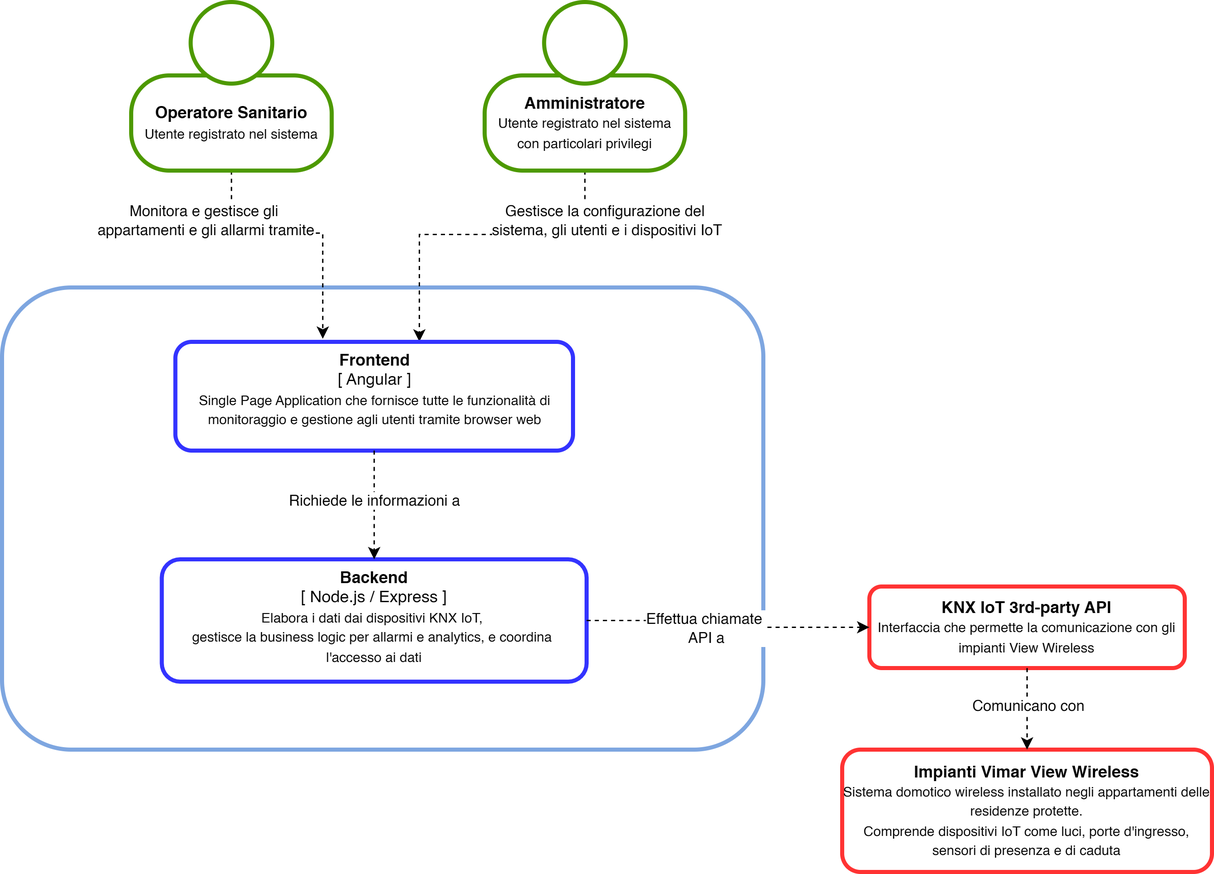
The draw.io diagram SAL/PoC_2026_01_28/container.drawio.png in SnakeByteTeam/snakebyteteam.github.io, before a commit. Source tidied: cells renumbered, new cells last; positions are measured from the earlier drawing's top-left corner, leaving out a move shared by most shapes.
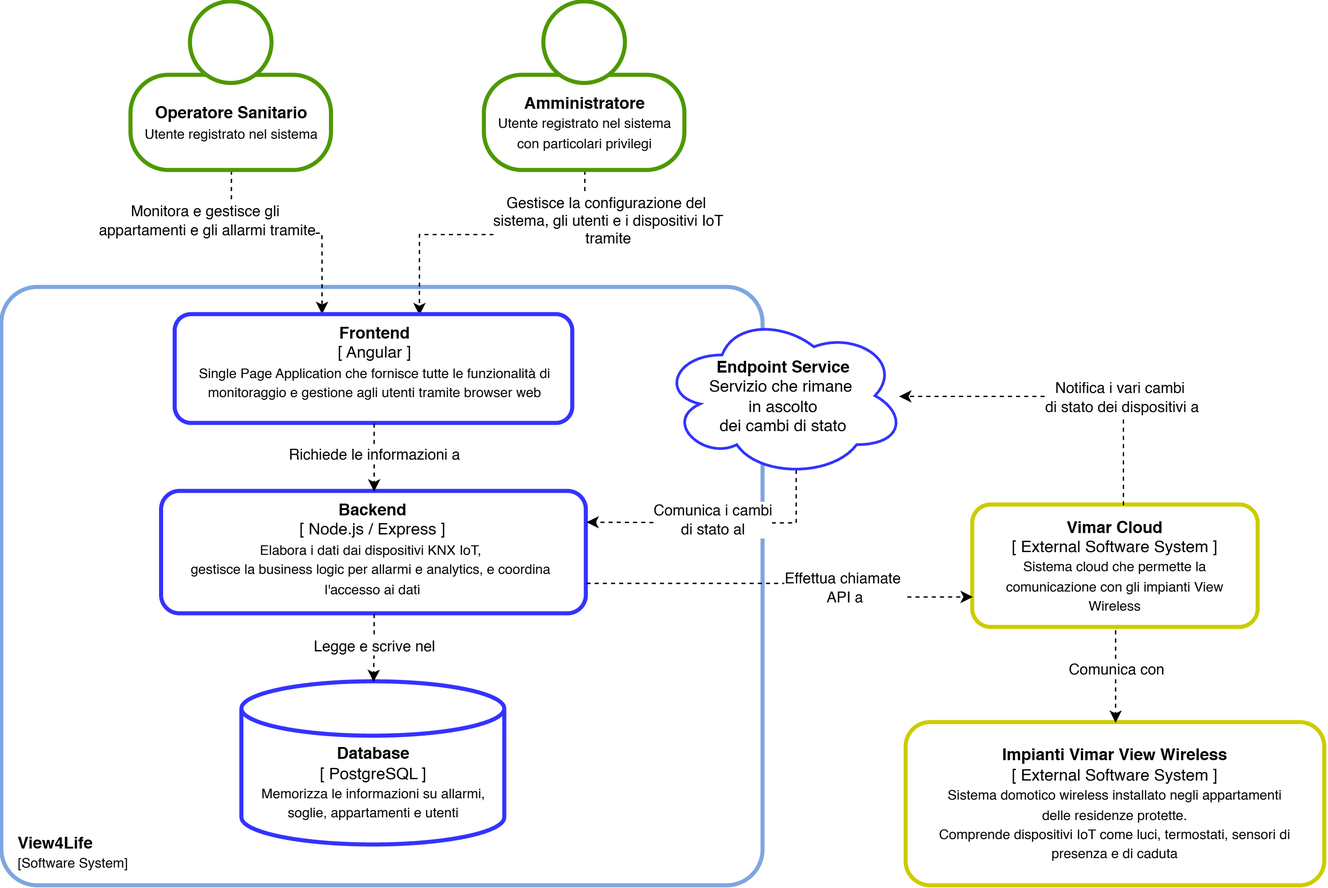
Above is the later version.

What changed in the source:
```diff
@@ -2,78 +2,122 @@
   <root>
     <mxCell id="0" />
     <mxCell id="1" parent="0" />
-    <mxCell id="2" value="Impianti Vimar View Wireless&lt;div&gt;&lt;div&gt;&lt;span style=&quot;font-size: 10px; font-weight: 400;&quot;&gt;Sistema domotico wireless installato negli appartamenti delle residenze protette.&lt;/span&gt;&lt;/div&gt;&lt;div&gt;&lt;span style=&quot;background-color: transparent; color: light-dark(rgb(0, 0, 0), rgb(255, 255, 255)); font-size: 10px; font-weight: 400;&quot;&gt;C&lt;/span&gt;&lt;span style=&quot;background-color: transparent; color: light-dark(rgb(0, 0, 0), rgb(255, 255, 255)); font-size: 10px; font-weight: 400;&quot;&gt;omprende dispositivi IoT come luci, porte d'ingresso, sensori di presenza e di caduta&lt;br&gt;&lt;/span&gt;&lt;/div&gt;&lt;/div&gt;" style="rounded=1;whiteSpace=wrap;html=1;fontStyle=1;strokeColor=#FF3333;strokeWidth=3;" parent="1" vertex="1">
-      <mxGeometry x="618" y="550" width="272" height="90" as="geometry" />
+    <mxCell id="2" style="rounded=1;whiteSpace=wrap;html=1;fontStyle=1;strokeColor=#7EA6E0;strokeWidth=3;arcSize=6;" parent="1" vertex="1">
+      <mxGeometry y="210" width="560" height="440" as="geometry" />
     </mxCell>
-    <mxCell id="3" style="rounded=1;whiteSpace=wrap;html=1;fontStyle=1;strokeColor=#7EA6E0;strokeWidth=3;" parent="1" vertex="1">
-      <mxGeometry y="210" width="560" height="340" as="geometry" />
+    <mxCell id="3" style="edgeStyle=orthogonalEdgeStyle;rounded=0;jettySize=auto;html=1;entryX=0.369;entryY=-0.006;entryDx=0;entryDy=0;dashed=1;entryPerimeter=0;exitX=0.5;exitY=1;exitDx=0;exitDy=0;" parent="1" edge="1" source="10" target="5">
+      <mxGeometry relative="1" as="geometry">
+        <Array as="points">
+          <mxPoint x="169" y="170" />
+          <mxPoint x="235" y="170" />
+        </Array>
+      </mxGeometry>
     </mxCell>
-    <mxCell id="4" value="KNX IoT 3rd-party API&lt;br&gt;&lt;font style=&quot;font-size: 10px; font-weight: normal;&quot;&gt;Interfaccia che permette la comunicazione con gli impianti View Wireless&lt;/font&gt;" style="rounded=1;whiteSpace=wrap;html=1;fontStyle=1;strokeColor=#FF3333;strokeWidth=3;" parent="1" vertex="1">
-      <mxGeometry x="638" y="430" width="232" height="60" as="geometry" />
+    <mxCell id="4" style="edgeStyle=orthogonalEdgeStyle;rounded=0;jettySize=auto;html=1;dashed=1;exitX=0.5;exitY=1;exitDx=0;exitDy=0;entryX=0.614;entryY=0.004;entryDx=0;entryDy=0;entryPerimeter=0;" parent="1" edge="1" source="12" target="5">
+      <mxGeometry relative="1" as="geometry">
+        <Array as="points">
+          <mxPoint x="429" y="171" />
+          <mxPoint x="307" y="171" />
+        </Array>
+      </mxGeometry>
     </mxCell>
-    <mxCell id="5" style="edgeStyle=orthogonalEdgeStyle;rounded=0;jettySize=auto;html=1;entryX=0.332;entryY=-0.014;entryDx=0;entryDy=0;dashed=1;entryPerimeter=0;exitX=0.5;exitY=1;exitDx=0;exitDy=0;" parent="1" edge="1" source="16">
-      <mxGeometry relative="1" as="geometry">
-        <mxPoint x="235.9" y="247.8" as="targetPoint" />
-        <Array as="points">
-          <mxPoint x="169" y="170" />
-          <mxPoint x="236" y="170" />
-        </Array>
-      </mxGeometry>
+    <mxCell id="5" value="&lt;b&gt;Frontend&lt;/b&gt;&lt;div&gt;[ Angular ]&lt;/div&gt;&lt;div&gt;&lt;div&gt;&lt;span style=&quot;font-size: 10px;&quot;&gt;Single Page Application che fornisce tutte le funzionalità&amp;nbsp;&lt;/span&gt;&lt;span style=&quot;font-size: 10px; background-color: transparent; color: light-dark(rgb(0, 0, 0), rgb(255, 255, 255));&quot;&gt;di monitoraggio e gestione agli utenti tramite browser web&lt;/span&gt;&lt;/div&gt;&lt;/div&gt;" style="rounded=1;whiteSpace=wrap;html=1;strokeColor=#3333FF;strokeWidth=3;verticalAlign=top;" parent="1" vertex="1">
+      <mxGeometry x="127.5" y="230" width="292.5" height="80" as="geometry" />
     </mxCell>
-    <mxCell id="6" style="edgeStyle=orthogonalEdgeStyle;rounded=0;jettySize=auto;html=1;entryX=0.5;entryY=0;entryDx=0;entryDy=0;dashed=1;" parent="1" edge="1" source="4">
-      <mxGeometry relative="1" as="geometry">
-        <mxPoint x="754" y="550" as="targetPoint" />
-      </mxGeometry>
+    <mxCell id="6" value="&lt;b&gt;Backend&lt;/b&gt;&lt;div&gt;[ Node.js / Express ]&lt;/div&gt;&lt;div&gt;&lt;div&gt;&lt;span style=&quot;font-size: 10px;&quot;&gt;Elabora i dati dai dispositivi KNX IoT,&amp;nbsp;&lt;/span&gt;&lt;/div&gt;&lt;div&gt;&lt;span style=&quot;font-size: 10px;&quot;&gt;gestisce la business logic per allarmi e analytics, e coordina&amp;nbsp;&lt;/span&gt;&lt;/div&gt;&lt;div&gt;&lt;span style=&quot;font-size: 10px;&quot;&gt;l'accesso ai dati&lt;/span&gt;&lt;/div&gt;&lt;/div&gt;" style="rounded=1;whiteSpace=wrap;html=1;strokeColor=#3333FF;strokeWidth=3;verticalAlign=top;" parent="1" vertex="1">
+      <mxGeometry x="117.5" y="360" width="312.5" height="90" as="geometry" />
     </mxCell>
-    <mxCell id="7" value="Comunicano con" style="edgeLabel;html=1;align=center;verticalAlign=middle;" parent="6" vertex="1">
-      <mxGeometry x="-0.11" relative="1" as="geometry" />
+    <mxCell id="7" style="edgeStyle=orthogonalEdgeStyle;rounded=0;jettySize=auto;html=1;dashed=1;" parent="1" edge="1" source="5" target="6">
+      <mxGeometry relative="1" as="geometry" />
     </mxCell>
-    <mxCell id="8" style="edgeStyle=orthogonalEdgeStyle;rounded=0;jettySize=auto;html=1;dashed=1;entryX=0.628;entryY=-0.001;entryDx=0;entryDy=0;entryPerimeter=0;exitX=0.5;exitY=1;exitDx=0;exitDy=0;" parent="1" edge="1" source="18">
-      <mxGeometry relative="1" as="geometry">
-        <mxPoint x="307" y="249.8" as="targetPoint" />
-        <Array as="points">
-          <mxPoint x="429" y="171" />
-          <mxPoint x="307" y="171" />
-        </Array>
-      </mxGeometry>
+    <mxCell id="8" value="Richiede le informazioni a" style="edgeLabel;html=1;align=center;verticalAlign=middle;" parent="7" vertex="1">
+      <mxGeometry x="-0.1" relative="1" as="geometry" />
     </mxCell>
-    <mxCell id="9" value="&lt;b&gt;Frontend&lt;/b&gt;&lt;div&gt;[ Angular ]&lt;/div&gt;&lt;div&gt;&lt;div&gt;&lt;span style=&quot;font-size: 10px;&quot;&gt;Single Page Application che fornisce tutte le funzionalità&amp;nbsp;&lt;/span&gt;&lt;span style=&quot;font-size: 10px; background-color: transparent; color: light-dark(rgb(0, 0, 0), rgb(255, 255, 255));&quot;&gt;di monitoraggio e gestione agli utenti tramite browser web&lt;/span&gt;&lt;/div&gt;&lt;/div&gt;" style="rounded=1;whiteSpace=wrap;html=1;strokeColor=#3333FF;strokeWidth=3;verticalAlign=top;" parent="1" vertex="1">
-      <mxGeometry x="127.5" y="250" width="292.5" height="80" as="geometry" />
+    <mxCell id="9" value="Monitora e gestisce&amp;nbsp;&lt;span style=&quot;background-color: light-dark(#ffffff, var(--ge-dark-color, #121212)); color: light-dark(rgb(0, 0, 0), rgb(255, 255, 255));&quot;&gt;gli&amp;nbsp;&lt;/span&gt;&lt;div&gt;&lt;span style=&quot;background-color: light-dark(#ffffff, var(--ge-dark-color, #121212)); color: light-dark(rgb(0, 0, 0), rgb(255, 255, 255));&quot;&gt;appartamenti e gli allarmi tramite&lt;/span&gt;&lt;/div&gt;" style="edgeLabel;html=1;align=center;verticalAlign=middle;points=[];" parent="1" vertex="1">
+      <mxGeometry x="150" y="160" as="geometry" />
     </mxCell>
-    <mxCell id="10" value="&lt;b&gt;Backend&lt;/b&gt;&lt;div&gt;[ Node.js / Express ]&lt;/div&gt;&lt;div&gt;&lt;div&gt;&lt;span style=&quot;font-size: 10px;&quot;&gt;Elabora i dati dai dispositivi KNX IoT,&amp;nbsp;&lt;/span&gt;&lt;/div&gt;&lt;div&gt;&lt;span style=&quot;font-size: 10px;&quot;&gt;gestisce la business logic per allarmi e analytics, e coordina&amp;nbsp;&lt;/span&gt;&lt;/div&gt;&lt;div&gt;&lt;span style=&quot;font-size: 10px;&quot;&gt;l'accesso ai dati&lt;/span&gt;&lt;/div&gt;&lt;/div&gt;" style="rounded=1;whiteSpace=wrap;html=1;strokeColor=#3333FF;strokeWidth=3;verticalAlign=top;" parent="1" vertex="1">
-      <mxGeometry x="117.5" y="410" width="312.5" height="90" as="geometry" />
+    <mxCell id="10" value="&lt;b&gt;Operatore Sanitario&lt;/b&gt;&lt;div&gt;&lt;font style=&quot;font-size: 10px;&quot;&gt;Utente registrato nel sistema&lt;/font&gt;&lt;/div&gt;" style="rounded=1;whiteSpace=wrap;html=1;arcSize=40;strokeWidth=3;strokeColor=#4D9900;" parent="1" vertex="1">
+      <mxGeometry x="95" y="54" width="147.5" height="70" as="geometry" />
     </mxCell>
-    <mxCell id="11" style="edgeStyle=orthogonalEdgeStyle;rounded=0;jettySize=auto;html=1;dashed=1;" parent="1" edge="1" source="9" target="10">
-      <mxGeometry relative="1" as="geometry" />
+    <mxCell id="11" style="ellipse;whiteSpace=wrap;html=1;strokeColor=#4D9900;strokeWidth=3;" parent="1" vertex="1">
+      <mxGeometry x="138.8" width="60" height="60" as="geometry" />
     </mxCell>
-    <mxCell id="12" value="Richiede le informazioni a" style="edgeLabel;html=1;align=center;verticalAlign=middle;points=[];" parent="11" vertex="1">
-      <mxGeometry x="-0.1" relative="1" as="geometry" />
+    <mxCell id="12" value="&lt;b&gt;Amministratore&lt;/b&gt;&lt;div&gt;&lt;font style=&quot;font-size: 10px;&quot;&gt;Utente registrato nel sistema&lt;/font&gt;&lt;/div&gt;&lt;div&gt;&lt;font style=&quot;font-size: 10px;&quot;&gt;con particolari privilegi&lt;/font&gt;&lt;/div&gt;" style="rounded=1;whiteSpace=wrap;html=1;arcSize=40;strokeWidth=3;strokeColor=#4D9900;" parent="1" vertex="1">
+      <mxGeometry x="355" y="54" width="147.5" height="70" as="geometry" />
     </mxCell>
-    <mxCell id="13" style="edgeStyle=orthogonalEdgeStyle;rounded=0;jettySize=auto;html=1;exitX=1;exitY=0.5;exitDx=0;exitDy=0;entryX=0;entryY=0.5;entryDx=0;entryDy=0;dashed=1;" parent="1" edge="1" source="10" target="4">
-      <mxGeometry relative="1" as="geometry" />
+    <mxCell id="13" style="ellipse;whiteSpace=wrap;html=1;strokeColor=#4D9900;strokeWidth=3;" parent="1" vertex="1">
+      <mxGeometry x="398.8" width="60" height="60" as="geometry" />
     </mxCell>
-    <mxCell id="14" value="&lt;div&gt;Effettua chiamate&amp;nbsp;&lt;/div&gt;&lt;div&gt;API a&lt;/div&gt;" style="edgeLabel;html=1;align=center;verticalAlign=middle;" parent="13" vertex="1">
-      <mxGeometry x="0.04" y="1" relative="1" as="geometry">
-        <mxPoint x="-19" y="1" as="offset" />
-      </mxGeometry>
+    <mxCell id="14" value="Gestisce la configurazione del&amp;nbsp;&lt;div&gt;sistema, gli utenti e i dispositivi IoT&lt;/div&gt;&lt;div&gt;tramite&lt;/div&gt;" style="edgeLabel;html=1;align=center;verticalAlign=middle;" parent="1" vertex="1">
+      <mxGeometry x="445" y="160" as="geometry" />
     </mxCell>
-    <mxCell id="15" value="Monitora e gestisce&amp;nbsp;&lt;span style=&quot;background-color: light-dark(#ffffff, var(--ge-dark-color, #121212)); color: light-dark(rgb(0, 0, 0), rgb(255, 255, 255));&quot;&gt;gli&amp;nbsp;&lt;/span&gt;&lt;div&gt;&lt;span style=&quot;background-color: light-dark(#ffffff, var(--ge-dark-color, #121212)); color: light-dark(rgb(0, 0, 0), rgb(255, 255, 255));&quot;&gt;appartamenti e gli allarmi tramite&lt;/span&gt;&lt;/div&gt;" style="edgeLabel;html=1;align=center;verticalAlign=middle;points=[];" parent="1" vertex="1">
-      <mxGeometry x="150" y="160" as="geometry" />
+    <mxCell id="15" value="Impianti Vimar View Wireless&lt;br&gt;&lt;span style=&quot;font-weight: 400;&quot;&gt;&lt;font&gt;[ External Software System ]&lt;/font&gt;&lt;/span&gt;&lt;br&gt;&lt;div&gt;&lt;div&gt;&lt;span style=&quot;font-size: 10px; font-weight: 400;&quot;&gt;Sistema domotico wireless installato negli appartamenti delle residenze protette.&lt;/span&gt;&lt;/div&gt;&lt;div&gt;&lt;span style=&quot;background-color: transparent; color: light-dark(rgb(0, 0, 0), rgb(255, 255, 255)); font-size: 10px; font-weight: 400;&quot;&gt;C&lt;/span&gt;&lt;span style=&quot;background-color: transparent; color: light-dark(rgb(0, 0, 0), rgb(255, 255, 255)); font-size: 10px; font-weight: 400;&quot;&gt;omprende dispositivi IoT come luci, termostati, sensori di presenza e di caduta&lt;br&gt;&lt;/span&gt;&lt;/div&gt;&lt;/div&gt;" style="rounded=1;whiteSpace=wrap;html=1;fontStyle=1;strokeColor=#CCCC00;strokeWidth=3;spacing=22;" parent="1" vertex="1">
+      <mxGeometry x="665.2" y="530" width="308" height="120" as="geometry" />
     </mxCell>
-    <mxCell id="16" value="&lt;b&gt;Operatore Sanitario&lt;/b&gt;&lt;div&gt;&lt;font style=&quot;font-size: 10px;&quot;&gt;Utente registrato nel sistema&lt;/font&gt;&lt;/div&gt;" style="rounded=1;whiteSpace=wrap;html=1;arcSize=40;strokeWidth=3;strokeColor=#4D9900;" parent="1" vertex="1">
-      <mxGeometry x="95" y="54" width="147.5" height="70" as="geometry" />
+    <mxCell id="16" style="edgeStyle=orthogonalEdgeStyle;rounded=0;jettySize=auto;html=1;entryX=0.5;entryY=0;entryDx=0;entryDy=0;dashed=1;" parent="1" edge="1" target="15">
+      <mxGeometry relative="1" as="geometry">
+        <mxPoint x="819.2" y="450" as="sourcePoint" />
+      </mxGeometry>
     </mxCell>
-    <mxCell id="17" style="ellipse;whiteSpace=wrap;html=1;strokeColor=#4D9900;strokeWidth=3;" parent="1" vertex="1">
-      <mxGeometry x="138.8" width="60" height="60" as="geometry" />
+    <mxCell id="17" value="Comunica con" style="edgeLabel;html=1;align=center;verticalAlign=middle;" parent="16" vertex="1">
+      <mxGeometry x="-0.11" relative="1" as="geometry">
+        <mxPoint y="4" as="offset" />
+      </mxGeometry>
     </mxCell>
-    <mxCell id="18" value="&lt;b&gt;Amministratore&lt;/b&gt;&lt;div&gt;&lt;font style=&quot;font-size: 10px;&quot;&gt;Utente registrato nel sistema&lt;/font&gt;&lt;/div&gt;&lt;div&gt;&lt;font style=&quot;font-size: 10px;&quot;&gt;con particolari privilegi&lt;/font&gt;&lt;/div&gt;" style="rounded=1;whiteSpace=wrap;html=1;arcSize=40;strokeWidth=3;strokeColor=#4D9900;" parent="1" vertex="1">
-      <mxGeometry x="355" y="54" width="147.5" height="70" as="geometry" />
+    <mxCell id="18" value="&lt;b&gt;&lt;font style=&quot;font-size: 12px;&quot;&gt;View4Life&lt;/font&gt;&lt;/b&gt;&lt;div&gt;[Software System]&lt;/div&gt;" style="text;html=1;whiteSpace=wrap;strokeColor=none;fillColor=none;align=left;verticalAlign=middle;rounded=0;fontSize=10;" parent="1" vertex="1">
+      <mxGeometry x="10" y="600" width="107.5" height="50" as="geometry" />
     </mxCell>
-    <mxCell id="19" style="ellipse;whiteSpace=wrap;html=1;strokeColor=#4D9900;strokeWidth=3;" parent="1" vertex="1">
-      <mxGeometry x="398.8" width="60" height="60" as="geometry" />
+    <mxCell id="19" value="&lt;div&gt;&lt;b&gt;&lt;br&gt;&lt;/b&gt;&lt;/div&gt;&lt;b&gt;&lt;div&gt;&lt;b&gt;&lt;br&gt;&lt;/b&gt;&lt;/div&gt;Database&lt;/b&gt;&lt;br&gt;&lt;font&gt;[ PostgreSQL ]&lt;/font&gt;&lt;div&gt;&lt;font style=&quot;font-size: 10px;&quot;&gt;Memorizza le informazioni su allarmi, soglie, appartamenti e utenti&lt;/font&gt;&lt;/div&gt;" style="strokeWidth=3;html=1;shape=mxgraph.flowchart.database;whiteSpace=wrap;strokeColor=#3333FF;spacingBottom=0;spacingTop=0;spacing=0;" parent="1" vertex="1">
+      <mxGeometry x="176.6" y="500" width="193.4" height="120" as="geometry" />
     </mxCell>
-    <mxCell id="20" value="Gestisce la configurazione del&amp;nbsp;&lt;div&gt;sistema, gli utenti e i dispositivi IoT&lt;/div&gt;" style="edgeLabel;html=1;align=center;verticalAlign=middle;" parent="1" vertex="1">
-      <mxGeometry x="445" y="160" as="geometry" />
+    <mxCell id="20" style="edgeStyle=orthogonalEdgeStyle;rounded=0;jettySize=auto;html=1;entryX=0.5;entryY=0;entryDx=0;entryDy=0;entryPerimeter=0;dashed=1;" parent="1" edge="1" source="6" target="19">
+      <mxGeometry relative="1" as="geometry" />
     </mxCell>
+    <mxCell id="21" value="Legge e scrive nel" style="edgeLabel;html=1;align=center;verticalAlign=middle;" parent="20" vertex="1">
+      <mxGeometry x="-0.07" relative="1" as="geometry" />
+    </mxCell>
+    <mxCell id="22" style="edgeStyle=orthogonalEdgeStyle;rounded=0;jettySize=auto;html=1;exitX=0.55;exitY=0.95;exitDx=0;exitDy=0;exitPerimeter=0;entryX=1;entryY=0.25;entryDx=0;entryDy=0;dashed=1;" parent="1" edge="1" source="24" target="6">
+      <mxGeometry relative="1" as="geometry">
+        <Array as="points">
+          <mxPoint x="584" y="383" />
+          <mxPoint x="541" y="383" />
+        </Array>
+      </mxGeometry>
+    </mxCell>
+    <mxCell id="23" value="Comunica i cambi&lt;div&gt;&lt;span style=&quot;background-color: light-dark(#ffffff, var(--ge-dark-color, #121212)); color: light-dark(rgb(0, 0, 0), rgb(255, 255, 255));&quot;&gt;di stato al&lt;/span&gt;&lt;/div&gt;" style="edgeLabel;html=1;align=center;verticalAlign=middle;" parent="22" vertex="1">
+      <mxGeometry x="-0.01" relative="1" as="geometry">
+        <mxPoint x="-5" y="-3" as="offset" />
+      </mxGeometry>
+    </mxCell>
+    <mxCell id="24" value="&lt;b&gt;Endpoint Service&lt;/b&gt;&lt;br&gt;Servizio che rimane&amp;nbsp;&lt;div&gt;in ascolto&lt;br&gt;dei cambi di stato&lt;/div&gt;" style="ellipse;shape=cloud;whiteSpace=wrap;html=1;spacing=0;align=center;strokeColor=#3333FF;strokeWidth=2;" parent="1" vertex="1">
+      <mxGeometry x="485.2" y="230" width="180" height="120" as="geometry" />
+    </mxCell>
+    <mxCell id="25" value="Vimar Cloud&lt;br&gt;&lt;span style=&quot;font-weight: normal;&quot;&gt;&lt;font&gt;[ External Software System ]&lt;/font&gt;&lt;/span&gt;&lt;br&gt;&lt;font style=&quot;font-size: 10px; font-weight: normal;&quot;&gt;Sistema cloud che permette la comunicazione con gli impianti View Wireless&lt;/font&gt;" style="rounded=1;whiteSpace=wrap;html=1;fontStyle=1;strokeColor=#CCCC00;strokeWidth=3;spacing=15;" parent="1" vertex="1">
+      <mxGeometry x="714.2" y="370" width="210" height="90" as="geometry" />
+    </mxCell>
+    <mxCell id="26" style="edgeStyle=orthogonalEdgeStyle;rounded=0;jettySize=auto;html=1;entryX=0;entryY=0.75;entryDx=0;entryDy=0;dashed=1;exitX=1;exitY=0.75;exitDx=0;exitDy=0;" parent="1" edge="1" source="6" target="25">
+      <mxGeometry relative="1" as="geometry">
+        <Array as="points">
+          <mxPoint x="577" y="427" />
+          <mxPoint x="577" y="437" />
+        </Array>
+      </mxGeometry>
+    </mxCell>
+    <mxCell id="27" value="&lt;div&gt;Effettua chiamate&amp;nbsp;&lt;/div&gt;&lt;div&gt;API a&lt;/div&gt;" style="edgeLabel;html=1;align=center;verticalAlign=middle;" parent="26" vertex="1">
+      <mxGeometry x="0.04" y="1" relative="1" as="geometry">
+        <mxPoint x="41" y="-3" as="offset" />
+      </mxGeometry>
+    </mxCell>
+    <mxCell id="28" style="edgeStyle=orthogonalEdgeStyle;rounded=0;jettySize=auto;html=1;dashed=1;" parent="1" edge="1" source="25">
+      <mxGeometry relative="1" as="geometry">
+        <mxPoint x="660" y="290" as="targetPoint" />
+        <Array as="points">
+          <mxPoint x="825" y="290" />
+        </Array>
+      </mxGeometry>
+    </mxCell>
+    <mxCell id="29" value="Notifica i vari cambi&amp;nbsp;&lt;div&gt;di stato dei dispositivi a&lt;/div&gt;" style="edgeLabel;html=1;align=center;verticalAlign=middle;" parent="28" vertex="1">
+      <mxGeometry x="-0.34" relative="1" as="geometry" />
+    </mxCell>
   </root>
 </mxGraphModel>
```
